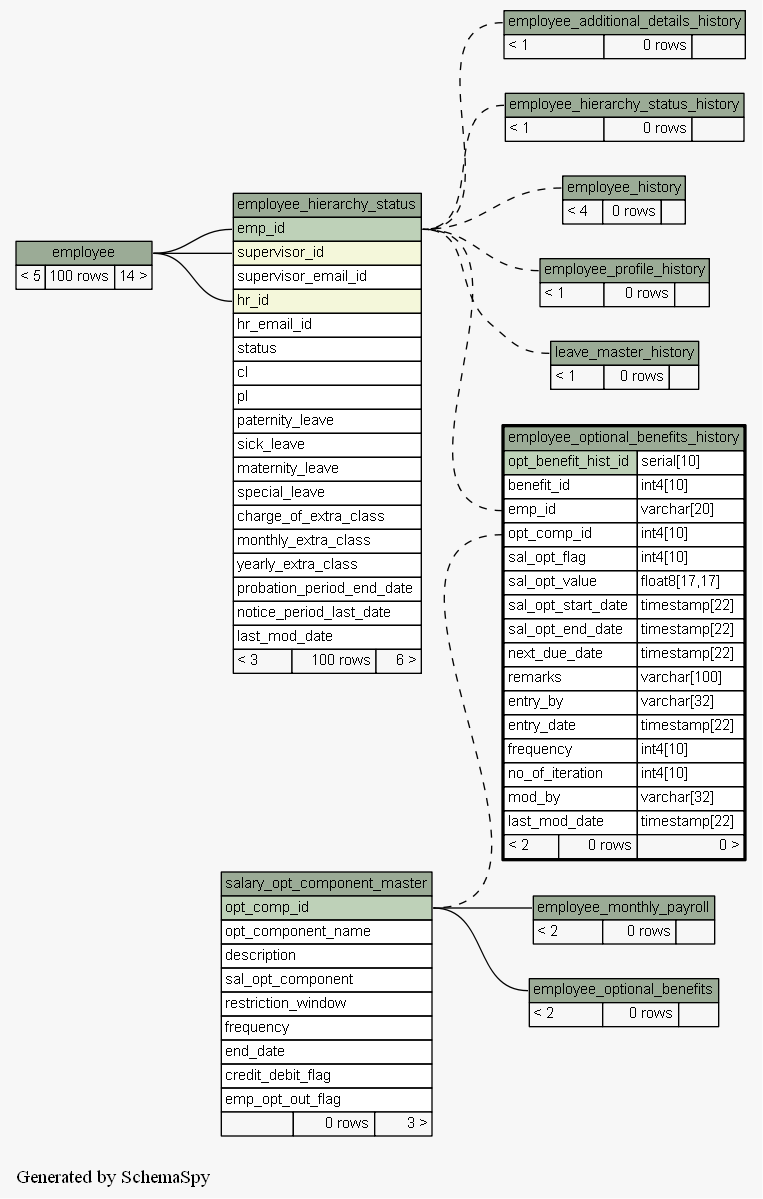
This is docs/database/schemaspy/graphs/employee_optional_benefits_history.implied2degrees.png from engineerscraft/hrms, a Graphviz export, as it was before one commit. Its source is kept beside it as docs/database/schemaspy/graphs/employee_optional_benefits_history.implied2degrees.dot.
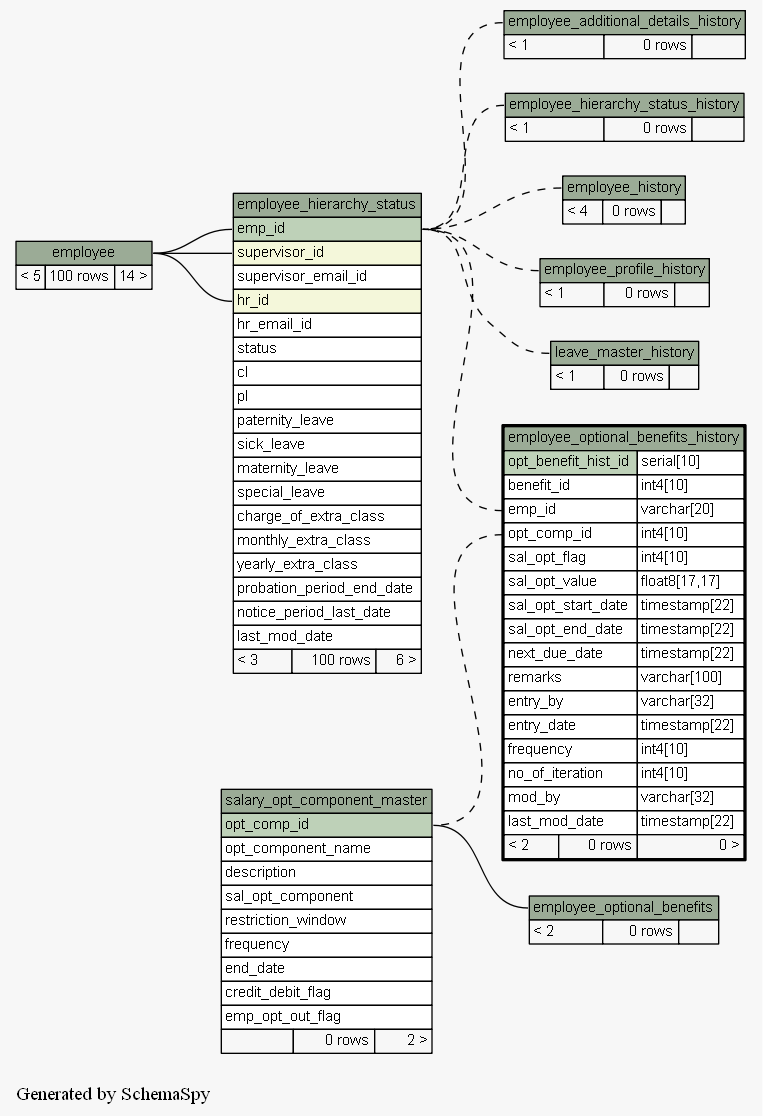
The same file after the commit.

Diff of the diagram source:
```diff
@@ -19,7 +19,6 @@
   "employee_hierarchy_status":"supervisor_id":w -> "employee":"employee.heading":e [arrowtail=crowodot arrowhead=none];
   "employee_hierarchy_status_history":"employee_hierarchy_status_history.heading":w -> "employee_hierarchy_status":"emp_id":e [arrowtail=crowodot arrowhead=none style=dashed];
   "employee_history":"employee_history.heading":w -> "employee_hierarchy_status":"emp_id":e [arrowtail=crowodot arrowhead=none style=dashed];
-  "employee_monthly_payroll":"employee_monthly_payroll.heading":w -> "salary_opt_component_master":"opt_comp_id":e [arrowtail=crowodot arrowhead=none];
   "employee_optional_benefits":"employee_optional_benefits.heading":w -> "salary_opt_component_master":"opt_comp_id":e [arrowtail=crowodot arrowhead=none];
   "employee_optional_benefits_history":"emp_id":w -> "employee_hierarchy_status":"emp_id":e [arrowtail=crowodot arrowhead=none style=dashed];
   "employee_optional_benefits_history":"opt_comp_id":w -> "salary_opt_component_master":"opt_comp_id":e [arrowtail=crowodot arrowhead=none style=dashed];
@@ -88,15 +87,6 @@
     URL="employee_history.html#graph"
     tooltip="employee_history"
   ];
-  "employee_monthly_payroll" [
-    label=<
-    <TABLE BORDER="0" CELLBORDER="1" CELLSPACING="0" BGCOLOR="#ffffff">
-      <TR><TD PORT="employee_monthly_payroll.heading" COLSPAN="3" BGCOLOR="#9bab96" ALIGN="CENTER">employee_monthly_payroll</TD></TR>
-      <TR><TD ALIGN="LEFT" BGCOLOR="#f7f7f7">&lt; 2</TD><TD ALIGN="RIGHT" BGCOLOR="#f7f7f7">0 rows</TD><TD ALIGN="RIGHT" BGCOLOR="#f7f7f7">  </TD></TR>
-    </TABLE>>
-    URL="employee_monthly_payroll.html#graph"
-    tooltip="employee_monthly_payroll"
-  ];
   "employee_optional_benefits" [
     label=<
     <TABLE BORDER="0" CELLBORDER="1" CELLSPACING="0" BGCOLOR="#ffffff">
@@ -162,7 +152,7 @@
       <TR><TD PORT="end_date" COLSPAN="3" ALIGN="LEFT">end_date</TD></TR>
       <TR><TD PORT="credit_debit_flag" COLSPAN="3" ALIGN="LEFT">credit_debit_flag</TD></TR>
       <TR><TD PORT="emp_opt_out_flag" COLSPAN="3" ALIGN="LEFT">emp_opt_out_flag</TD></TR>
-      <TR><TD ALIGN="LEFT" BGCOLOR="#f7f7f7">  </TD><TD ALIGN="RIGHT" BGCOLOR="#f7f7f7">0 rows</TD><TD ALIGN="RIGHT" BGCOLOR="#f7f7f7">3 &gt;</TD></TR>
+      <TR><TD ALIGN="LEFT" BGCOLOR="#f7f7f7">  </TD><TD ALIGN="RIGHT" BGCOLOR="#f7f7f7">0 rows</TD><TD ALIGN="RIGHT" BGCOLOR="#f7f7f7">2 &gt;</TD></TR>
     </TABLE>>
     URL="salary_opt_component_master.html#graph"
     tooltip="salary_opt_component_master"
```
